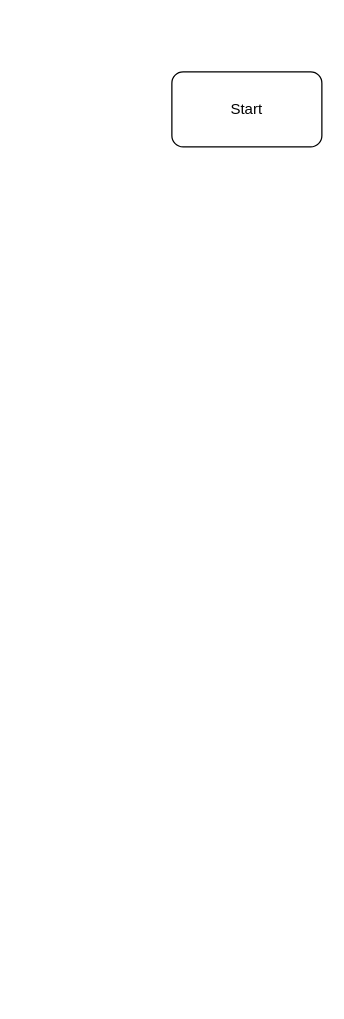
This is page "Report Order Status" (2 of 6) of Untitled Diagram.drawio from Rivoldy/EWASH_Laravel, a draw.io file, before an edit. Source tidied: cells renumbered, new cells numbered last; positions are measured from the earlier drawing's top-left corner, leaving out a move shared by most shapes. Both pictures are drawn from the tidied source at 125%, with x=0, y=0 at pixel (171, 71).
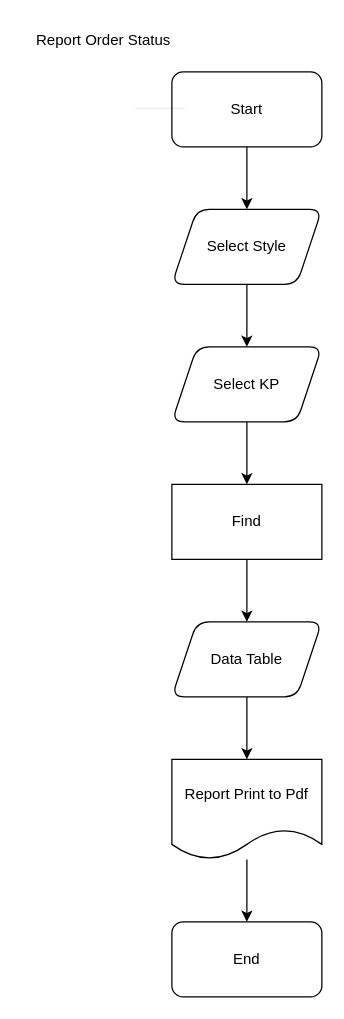
After the change.

The edit, as a diff of the source:
```diff
@@
 <mxGraphModel>
   <root>
     <mxCell id="0" />
     <mxCell id="1" parent="0" />
+    <mxCell id="3" style="edgeStyle=orthogonalEdgeStyle;rounded=0;jettySize=auto;html=1;" parent="1" edge="1" source="2" target="5">
+      <mxGeometry relative="1" as="geometry" />
+    </mxCell>
     <mxCell id="2" value="Start" style="rounded=1;whiteSpace=wrap;html=1;" parent="1" vertex="1">
       <mxGeometry width="120" height="60" as="geometry" />
     </mxCell>
+    <mxCell id="4" style="edgeStyle=orthogonalEdgeStyle;rounded=0;jettySize=auto;html=1;" parent="1" edge="1" source="5" target="9">
+      <mxGeometry relative="1" as="geometry" />
+    </mxCell>
+    <mxCell id="5" value="Select Style" style="shape=parallelogram;perimeter=parallelogramPerimeter;whiteSpace=wrap;html=1;fixedSize=1;rounded=1;" parent="1" vertex="1">
+      <mxGeometry y="110" width="120" height="60" as="geometry" />
+    </mxCell>
+    <mxCell id="6" value="&lt;div style=&quot;box-sizing: border-box; padding: 0.75rem 1.25rem; margin-bottom: 0px; background-color: transparent; border-bottom: 1px solid rgba(0, 0, 0, 0.125); position: relative; border-top-left-radius: 0.25rem; border-top-right-radius: 0.25rem; color: rgb(33, 37, 41); font-family: &amp;quot;Source Sans Pro&amp;quot;, -apple-system, BlinkMacSystemFont, &amp;quot;Segoe UI&amp;quot;, Roboto, &amp;quot;Helvetica Neue&amp;quot;, Arial, sans-serif, &amp;quot;Apple Color Emoji&amp;quot;, &amp;quot;Segoe UI Emoji&amp;quot;, &amp;quot;Segoe UI Symbol&amp;quot;; font-size: 14px; text-align: left;&quot; class=&quot;card-header&quot;&gt;&lt;br&gt;&lt;br&gt;&lt;/div&gt;" style="text;html=1;align=center;verticalAlign=middle;strokeColor=none;fillColor=none;" parent="1" vertex="1">
+      <mxGeometry x="-40" y="-35" width="60" height="70" as="geometry" />
+    </mxCell>
+    <mxCell id="7" value="Report Order Status" style="text;html=1;align=center;verticalAlign=middle;strokeColor=none;fillColor=none;" parent="1" vertex="1">
+      <mxGeometry x="-120" y="-40" width="130" height="30" as="geometry" />
+    </mxCell>
+    <mxCell id="8" style="edgeStyle=orthogonalEdgeStyle;rounded=0;jettySize=auto;html=1;" parent="1" edge="1" source="9" target="11">
+      <mxGeometry relative="1" as="geometry" />
+    </mxCell>
+    <mxCell id="9" value="Select KP" style="shape=parallelogram;perimeter=parallelogramPerimeter;whiteSpace=wrap;html=1;fixedSize=1;rounded=1;" parent="1" vertex="1">
+      <mxGeometry y="220" width="120" height="60" as="geometry" />
+    </mxCell>
+    <mxCell id="10" style="edgeStyle=orthogonalEdgeStyle;rounded=0;jettySize=auto;html=1;" parent="1" edge="1" source="11" target="13">
+      <mxGeometry relative="1" as="geometry" />
+    </mxCell>
+    <mxCell id="11" value="Find" style="rounded=0;whiteSpace=wrap;html=1;" parent="1" vertex="1">
+      <mxGeometry y="330" width="120" height="60" as="geometry" />
+    </mxCell>
+    <mxCell id="12" style="edgeStyle=orthogonalEdgeStyle;rounded=0;jettySize=auto;html=1;" parent="1" edge="1" source="13" target="15">
+      <mxGeometry relative="1" as="geometry" />
+    </mxCell>
+    <mxCell id="13" value="Data Table" style="shape=parallelogram;perimeter=parallelogramPerimeter;whiteSpace=wrap;html=1;fixedSize=1;rounded=1;" parent="1" vertex="1">
+      <mxGeometry y="440" width="120" height="60" as="geometry" />
+    </mxCell>
+    <mxCell id="14" style="edgeStyle=orthogonalEdgeStyle;rounded=0;jettySize=auto;html=1;" parent="1" edge="1" source="15">
+      <mxGeometry relative="1" as="geometry">
+        <mxPoint x="60" y="680" as="targetPoint" />
+      </mxGeometry>
+    </mxCell>
+    <mxCell id="15" value="Report Print to Pdf" style="shape=document;whiteSpace=wrap;html=1;boundedLbl=1;rounded=0;" parent="1" vertex="1">
+      <mxGeometry y="550" width="120" height="80" as="geometry" />
+    </mxCell>
+    <mxCell id="16" value="End" style="rounded=1;whiteSpace=wrap;html=1;" parent="1" vertex="1">
+      <mxGeometry y="680" width="120" height="60" as="geometry" />
+    </mxCell>
   </root>
 </mxGraphModel>
```
